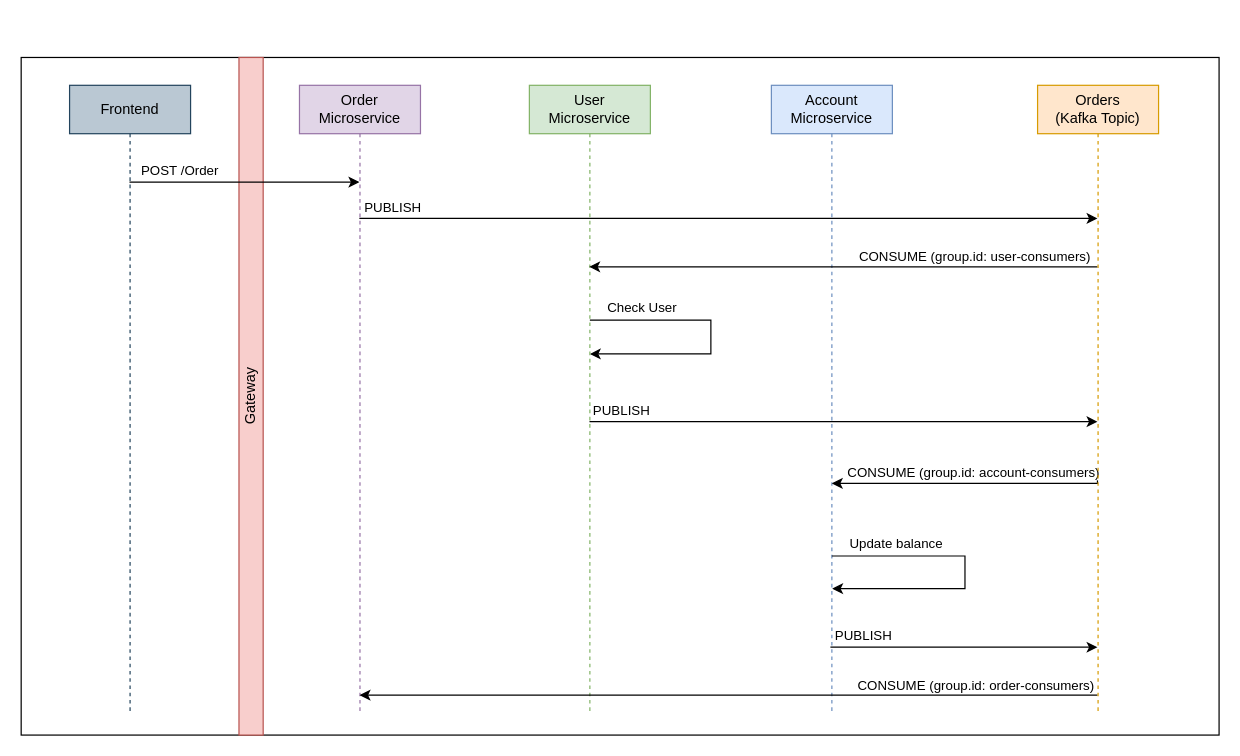
The draw.io diagram page "New Order Sequence" (2 of 3) of microservices.drawio in belluccifranco/spring-concepts-microservices, before the edit. Source tidied: cells renumbered, new cells numbered last; positions are measured from the earlier drawing's top-left corner, leaving out a move shared by most shapes. Both pictures are drawn from the tidied source at 121%, with x=0, y=0 at pixel (21, 57).
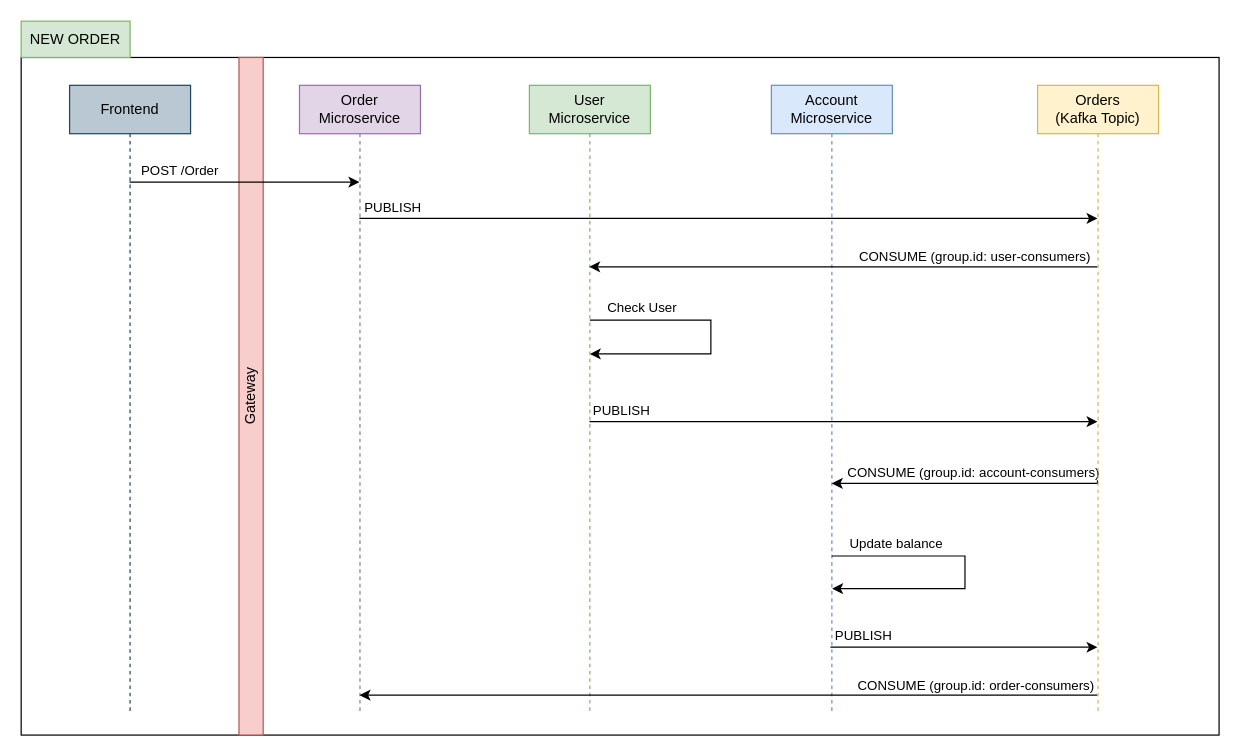
Above is the later version.

What changed in the source:
```diff
@@
-    <mxCell id="20" value="Orders&lt;br&gt;(Kafka Topic)" style="shape=umlLifeline;perimeter=lifelinePerimeter;whiteSpace=wrap;html=1;outlineConnect=0;fillColor=#ffe6cc;strokeColor=#d79b00;" parent="1" vertex="1">
+    <mxCell id="20" value="Orders&lt;br&gt;(Kafka Topic)" style="shape=umlLifeline;perimeter=lifelinePerimeter;whiteSpace=wrap;html=1;outlineConnect=0;fillColor=#fff2cc;strokeColor=#d6b656;" parent="1" vertex="1">
       <mxGeometry x="840" y="23" width="100" height="520" as="geometry" />
     </mxCell>
@@
+    <mxCell id="27" value="NEW ORDER" style="text;html=1;strokeColor=#82b366;fillColor=#d5e8d4;align=center;verticalAlign=middle;whiteSpace=wrap;rounded=0;" parent="1" vertex="1">
+      <mxGeometry y="-30" width="90" height="30" as="geometry" />
+    </mxCell>
```
